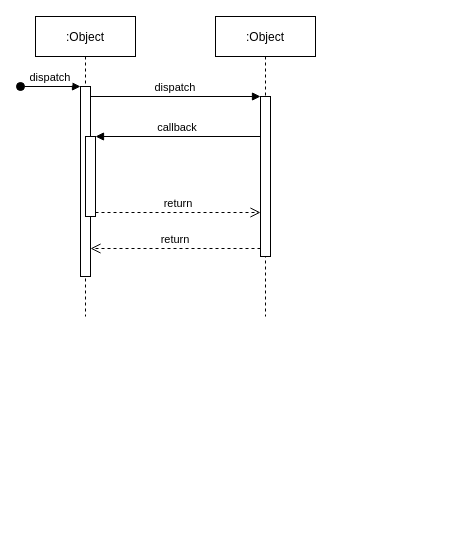
Above: 未命名绘图.drawio in uzengo/draw.io (draw.io), before the change. Source tidied: cells renumbered, new cells numbered last; positions are measured from the earlier drawing's top-left corner, leaving out a move shared by most shapes. Both pictures are drawn from the tidied source at 100%, with x=0, y=0 at pixel (20, 16).
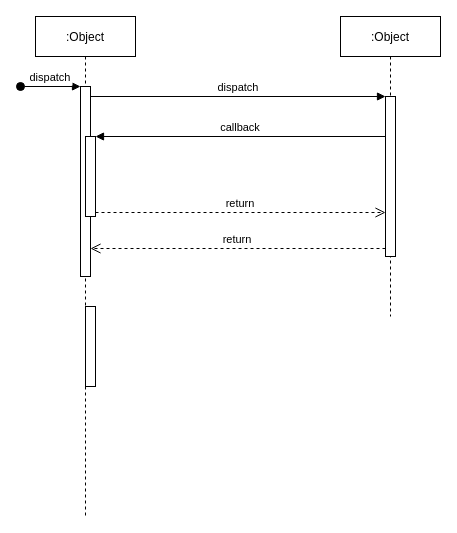
After the change.

Commit message:
更新未命名绘图.drawio

What changed in the source:
```diff
@@
 <mxGraphModel>
   <root>
     <mxCell id="0" />
     <mxCell id="1" parent="0" />
     <mxCell id="2" value=":Object" style="shape=umlLifeline;perimeter=lifelinePerimeter;rounded=0;shadow=0;strokeWidth=1;" parent="1" vertex="1">
-      <mxGeometry x="15" width="100" height="300" as="geometry" />
+      <mxGeometry x="15" width="100" height="500" as="geometry" />
     </mxCell>
     <mxCell id="3" style="points=[];perimeter=orthogonalPerimeter;rounded=0;shadow=0;strokeWidth=1;" parent="2" vertex="1">
       <mxGeometry x="45" y="70" width="10" height="190" as="geometry" />
     </mxCell>
     <mxCell id="4" value="dispatch" style="verticalAlign=bottom;startArrow=oval;endArrow=block;startSize=8;shadow=0;strokeWidth=1;" parent="2" edge="1" target="3">
       <mxGeometry relative="1" as="geometry">
         <mxPoint x="-15" y="70" as="sourcePoint" />
       </mxGeometry>
     </mxCell>
     <mxCell id="5" style="points=[];perimeter=orthogonalPerimeter;rounded=0;shadow=0;strokeWidth=1;" parent="2" vertex="1">
       <mxGeometry x="50" y="120" width="10" height="80" as="geometry" />
     </mxCell>
     <mxCell id="6" value=":Object" style="shape=umlLifeline;perimeter=lifelinePerimeter;rounded=0;shadow=0;strokeWidth=1;" parent="1" vertex="1">
-      <mxGeometry x="195" width="100" height="300" as="geometry" />
+      <mxGeometry x="320" width="100" height="300" as="geometry" />
     </mxCell>
     <mxCell id="7" style="points=[];perimeter=orthogonalPerimeter;rounded=0;shadow=0;strokeWidth=1;" parent="6" vertex="1">
       <mxGeometry x="45" y="80" width="10" height="160" as="geometry" />
     </mxCell>
     <mxCell id="8" value="return" style="verticalAlign=bottom;endArrow=open;dashed=1;endSize=8;exitX=0;exitY=0.95;shadow=0;strokeWidth=1;" parent="1" edge="1" source="7" target="3">
       <mxGeometry relative="1" as="geometry" />
     </mxCell>
     <mxCell id="9" value="dispatch" style="verticalAlign=bottom;endArrow=block;entryX=0;entryY=0;shadow=0;strokeWidth=1;" parent="1" edge="1" source="3" target="7">
       <mxGeometry relative="1" as="geometry" />
     </mxCell>
     <mxCell id="10" value="callback" style="verticalAlign=bottom;endArrow=block;entryX=1;entryY=0;shadow=0;strokeWidth=1;" parent="1" edge="1" source="7" target="5">
       <mxGeometry relative="1" as="geometry" />
     </mxCell>
     <mxCell id="11" value="return" style="verticalAlign=bottom;endArrow=open;dashed=1;endSize=8;exitX=1;exitY=0.95;shadow=0;strokeWidth=1;" parent="1" edge="1" source="5" target="7">
       <mxGeometry relative="1" as="geometry" />
     </mxCell>
+    <mxCell id="12" style="perimeter=orthogonalPerimeter;rounded=0;shadow=0;strokeWidth=1;" parent="1" vertex="1">
+      <mxGeometry x="65" y="290" width="10" height="80" as="geometry" />
+    </mxCell>
   </root>
 </mxGraphModel>
```
